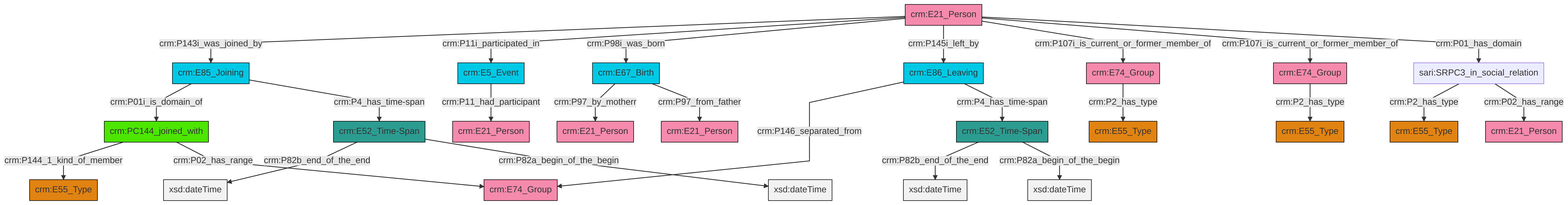
This is et/personCSV/ttl/mmd/png/Person_Actor_Relations.png from swiss-art-research-net/reference-data-models, a Mermaid export, as it was before one commit. Its source is kept beside it as et/personCSV/ttl/mmd/Person_Actor_Relations.ttl.mmd.
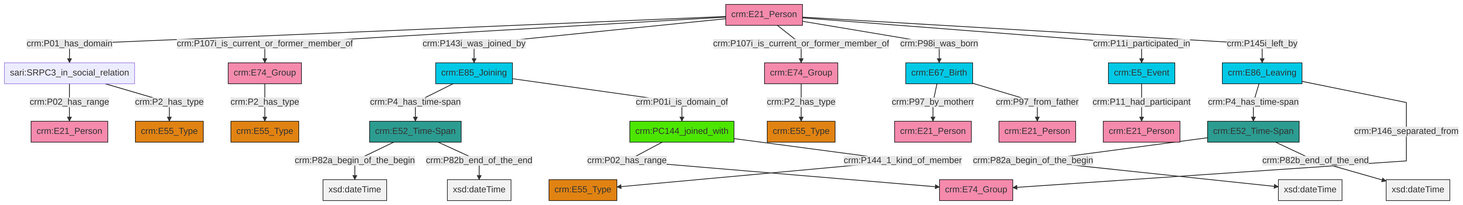
After the commit.

Diff of the diagram source:
```diff
@@ -13,27 +13,27 @@
 classDef PC_Classes fill:#4ce600, stroke:#000000;
 classDef Multi fill:#cccccc,stroke:#000000;
 
-6["crm:E74_Group"]:::Actor -->|crm:P2_has_type| 7["crm:E55_Type"]:::Type
-14["sari:SRPC3_in_social_relation"]:::Default -->|crm:P2_has_type| 15["crm:E55_Type"]:::Type
-2["crm:E67_Birth"]:::Temporal_Entity -->|crm:P97_by_motherr| 19["crm:E21_Person"]:::Actor
-20["crm:E21_Person"]:::Actor -->|crm:P143i_was_joined_by| 21["crm:E85_Joining"]:::Temporal_Entity
-12["crm:PC144_joined_with"]:::PC_Classes -->|crm:P144_1_kind_of_member| 16["crm:E55_Type"]:::Type
-28["crm:E5_Event"]:::Temporal_Entity -->|crm:P11_had_participant| 29["crm:E21_Person"]:::Actor
-0["crm:E52_Time-Span"]:::Time-Span -->|crm:P82b_end_of_the_end| 30[xsd:dateTime]:::Literal
-20["crm:E21_Person"]:::Actor -->|crm:P11i_participated_in| 28["crm:E5_Event"]:::Temporal_Entity
-20["crm:E21_Person"]:::Actor -->|crm:P98i_was_born| 2["crm:E67_Birth"]:::Temporal_Entity
-0["crm:E52_Time-Span"]:::Time-Span -->|crm:P82a_begin_of_the_begin| 33[xsd:dateTime]:::Literal
-14["sari:SRPC3_in_social_relation"]:::Default -->|crm:P02_has_range| 8["crm:E21_Person"]:::Actor
-2["crm:E67_Birth"]:::Temporal_Entity -->|crm:P97_from_father| 23["crm:E21_Person"]:::Actor
-34["crm:E74_Group"]:::Actor -->|crm:P2_has_type| 26["crm:E55_Type"]:::Type
-12["crm:PC144_joined_with"]:::PC_Classes -->|crm:P02_has_range| 10["crm:E74_Group"]:::Actor
-20["crm:E21_Person"]:::Actor -->|crm:P145i_left_by| 38["crm:E86_Leaving"]:::Temporal_Entity
-4["crm:E52_Time-Span"]:::Time-Span -->|crm:P82b_end_of_the_end| 41[xsd:dateTime]:::Literal
-38["crm:E86_Leaving"]:::Temporal_Entity -->|crm:P146_separated_from| 10["crm:E74_Group"]:::Actor
-4["crm:E52_Time-Span"]:::Time-Span -->|crm:P82a_begin_of_the_begin| 43[xsd:dateTime]:::Literal
-21["crm:E85_Joining"]:::Temporal_Entity -->|crm:P01i_is_domain_of| 12["crm:PC144_joined_with"]:::PC_Classes
-20["crm:E21_Person"]:::Actor -->|crm:P107i_is_current_or_former_member_of| 34["crm:E74_Group"]:::Actor
-20["crm:E21_Person"]:::Actor -->|crm:P107i_is_current_or_former_member_of| 6["crm:E74_Group"]:::Actor
-38["crm:E86_Leaving"]:::Temporal_Entity -->|crm:P4_has_time-span| 0["crm:E52_Time-Span"]:::Time-Span
-20["crm:E21_Person"]:::Actor -->|crm:P01_has_domain| 14["sari:SRPC3_in_social_relation"]:::Default
-21["crm:E85_Joining"]:::Temporal_Entity -->|crm:P4_has_time-span| 4["crm:E52_Time-Span"]:::Time-Span
+8["crm:E86_Leaving"]:::Temporal_Entity -->|crm:P4_has_time-span| 9["crm:E52_Time-Span"]:::Time-Span
+12["crm:E52_Time-Span"]:::Time-Span -->|crm:P82a_begin_of_the_begin| 13[xsd:dateTime]:::Literal
+16["crm:E85_Joining"]:::Temporal_Entity -->|crm:P4_has_time-span| 12["crm:E52_Time-Span"]:::Time-Span
+18["crm:E67_Birth"]:::Temporal_Entity -->|crm:P97_by_motherr| 19["crm:E21_Person"]:::Actor
+20["crm:E5_Event"]:::Temporal_Entity -->|crm:P11_had_participant| 21["crm:E21_Person"]:::Actor
+6["crm:E21_Person"]:::Actor -->|crm:P01_has_domain| 22["sari:SRPC3_in_social_relation"]:::Default
+18["crm:E67_Birth"]:::Temporal_Entity -->|crm:P97_from_father| 0["crm:E21_Person"]:::Actor
+9["crm:E52_Time-Span"]:::Time-Span -->|crm:P82a_begin_of_the_begin| 27[xsd:dateTime]:::Literal
+6["crm:E21_Person"]:::Actor -->|crm:P107i_is_current_or_former_member_of| 28["crm:E74_Group"]:::Actor
+16["crm:E85_Joining"]:::Temporal_Entity -->|crm:P01i_is_domain_of| 14["crm:PC144_joined_with"]:::PC_Classes
+29["crm:E74_Group"]:::Actor -->|crm:P2_has_type| 25["crm:E55_Type"]:::Type
+22["sari:SRPC3_in_social_relation"]:::Default -->|crm:P02_has_range| 30["crm:E21_Person"]:::Actor
+14["crm:PC144_joined_with"]:::PC_Classes -->|crm:P02_has_range| 10["crm:E74_Group"]:::Actor
+22["sari:SRPC3_in_social_relation"]:::Default -->|crm:P2_has_type| 4["crm:E55_Type"]:::Type
+6["crm:E21_Person"]:::Actor -->|crm:P143i_was_joined_by| 16["crm:E85_Joining"]:::Temporal_Entity
+6["crm:E21_Person"]:::Actor -->|crm:P107i_is_current_or_former_member_of| 29["crm:E74_Group"]:::Actor
+14["crm:PC144_joined_with"]:::PC_Classes -->|crm:P144_1_kind_of_member| 2["crm:E55_Type"]:::Type
+12["crm:E52_Time-Span"]:::Time-Span -->|crm:P82b_end_of_the_end| 32[xsd:dateTime]:::Literal
+8["crm:E86_Leaving"]:::Temporal_Entity -->|crm:P146_separated_from| 10["crm:E74_Group"]:::Actor
+6["crm:E21_Person"]:::Actor -->|crm:P98i_was_born| 18["crm:E67_Birth"]:::Temporal_Entity
+6["crm:E21_Person"]:::Actor -->|crm:P11i_participated_in| 20["crm:E5_Event"]:::Temporal_Entity
+9["crm:E52_Time-Span"]:::Time-Span -->|crm:P82b_end_of_the_end| 41[xsd:dateTime]:::Literal
+6["crm:E21_Person"]:::Actor -->|crm:P145i_left_by| 8["crm:E86_Leaving"]:::Temporal_Entity
+28["crm:E74_Group"]:::Actor -->|crm:P2_has_type| 33["crm:E55_Type"]:::Type
```
